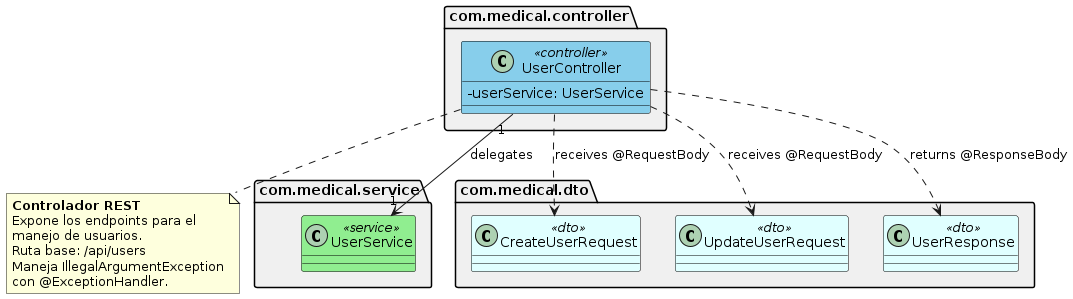
Earlier version of the PlantUML export services/users-service/docs/modeling/uml/diagrams/ControllerRelations.png (LeyderCeronM/Proyecto_piedra_azul).
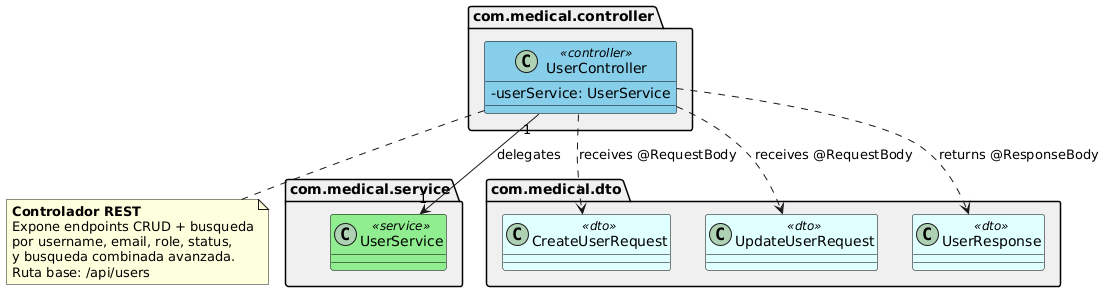
The same file after the commit.

What changed in the source:
```diff
@@ -29,11 +29,10 @@
 
 note bottom of UserController
   **Controlador REST**
-  Expone los endpoints para el
-  manejo de usuarios.
+  Expone endpoints CRUD + busqueda
+  por username, email, role, status,
+  y busqueda combinada avanzada.
   Ruta base: /api/users
-  Maneja IllegalArgumentException
-  con @ExceptionHandler.
 end note
 
 @enduml
```
